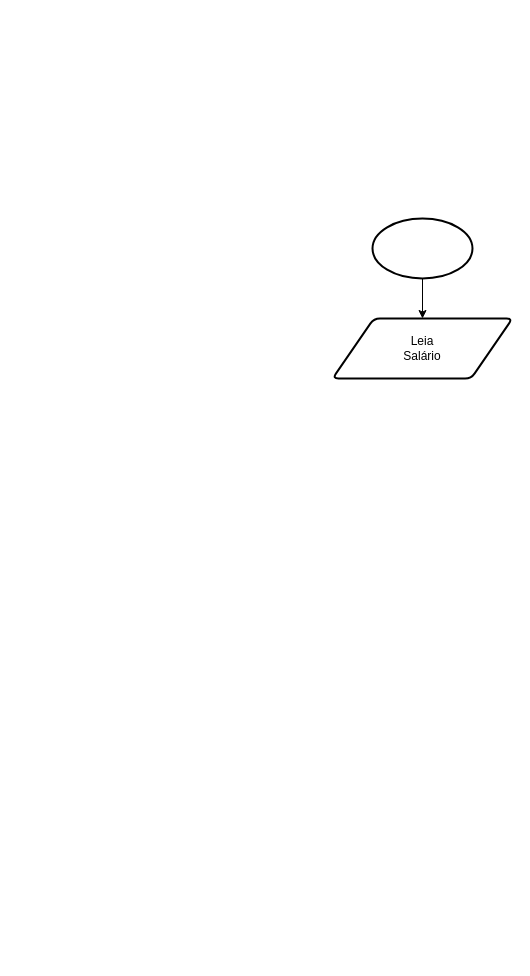
Above: Fluxo_calculo_INSS.drawio in mayliarratia12-tech/PTIC (draw.io), before the change. Source tidied: cells renumbered, new cells numbered last; positions are measured from the earlier drawing's top-left corner, leaving out a move shared by most shapes. Both pictures are drawn from the tidied source at 100%, with x=0, y=0 at pixel (332, 218).
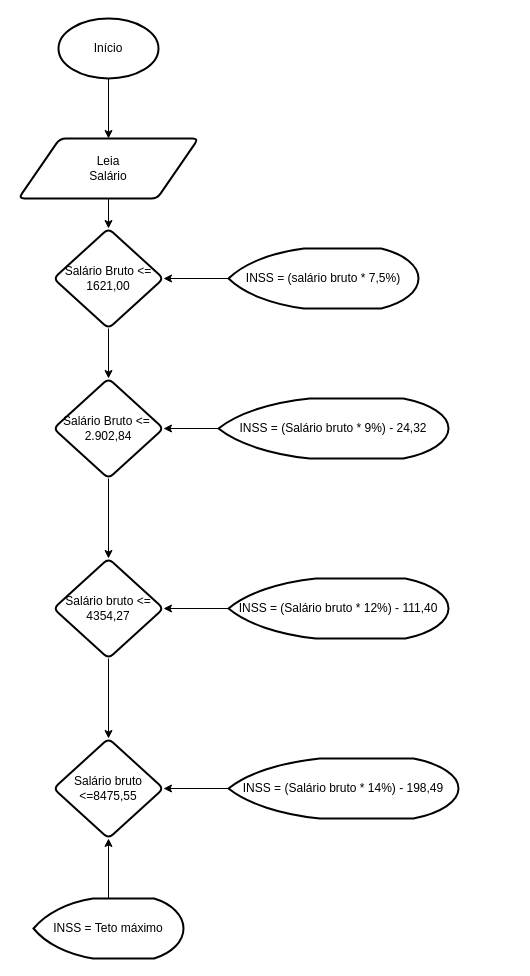
After the change.

Change to the diagram source:
```diff
@@
-    <mxCell id="3" style="strokeWidth=2;html=1;shape=mxgraph.flowchart.start_1;whiteSpace=wrap;" parent="1" vertex="1">
-      <mxGeometry x="40" width="100" height="60" as="geometry" />
+    <mxCell id="3" value="Início" style="strokeWidth=2;html=1;shape=mxgraph.flowchart.start_1;whiteSpace=wrap;" parent="1" vertex="1">
+      <mxGeometry x="-274" y="-200" width="100" height="60" as="geometry" />
     </mxCell>
+    <mxCell id="5" style="edgeStyle=orthogonalEdgeStyle;rounded=0;jettySize=auto;html=1;defaultLabelBackgroundColor=page;" parent="1" edge="1" source="4" target="7">
+      <mxGeometry relative="1" as="geometry" />
+    </mxCell>
     <mxCell id="4" value="Leia&lt;div&gt;Salário&lt;/div&gt;" style="shape=parallelogram;html=1;strokeWidth=2;perimeter=parallelogramPerimeter;whiteSpace=wrap;rounded=1;arcSize=12;size=0.23;" parent="1" vertex="1">
-      <mxGeometry y="100" width="180" height="60" as="geometry" />
+      <mxGeometry x="-314" y="-80" width="180" height="60" as="geometry" />
     </mxCell>
+    <mxCell id="6" style="edgeStyle=orthogonalEdgeStyle;rounded=0;jettySize=auto;html=1;defaultLabelBackgroundColor=page;" parent="1" edge="1" source="7" target="11">
+      <mxGeometry relative="1" as="geometry" />
+    </mxCell>
+    <mxCell id="7" value="Salário Bruto &amp;lt;= 1621,00" style="rhombus;whiteSpace=wrap;html=1;shapeInside=1;strokeWidth=2;rounded=1;arcSize=12;" parent="1" vertex="1">
+      <mxGeometry x="-279" y="10" width="110" height="100" as="geometry" />
+    </mxCell>
+    <mxCell id="8" style="edgeStyle=orthogonalEdgeStyle;rounded=0;jettySize=auto;html=1;defaultLabelBackgroundColor=page;" parent="1" edge="1" source="9" target="7">
+      <mxGeometry relative="1" as="geometry" />
+    </mxCell>
+    <mxCell id="9" value="INSS = (salário bruto * 7,5%)" style="strokeWidth=2;html=1;shape=mxgraph.flowchart.display;whiteSpace=wrap;" parent="1" vertex="1">
+      <mxGeometry x="-104" y="30" width="190" height="60" as="geometry" />
+    </mxCell>
+    <mxCell id="10" style="edgeStyle=orthogonalEdgeStyle;rounded=0;jettySize=auto;html=1;defaultLabelBackgroundColor=page;" parent="1" edge="1" source="11" target="15">
+      <mxGeometry relative="1" as="geometry" />
+    </mxCell>
+    <mxCell id="11" value="Salário Bruto &amp;lt;=&amp;nbsp; 2.902,84" style="rhombus;whiteSpace=wrap;html=1;shapeInside=1;strokeWidth=2;rounded=1;arcSize=12;" parent="1" vertex="1">
+      <mxGeometry x="-279" y="160" width="110" height="100" as="geometry" />
+    </mxCell>
+    <mxCell id="12" style="edgeStyle=orthogonalEdgeStyle;rounded=0;jettySize=auto;html=1;defaultLabelBackgroundColor=page;" parent="1" edge="1" source="13" target="11">
+      <mxGeometry relative="1" as="geometry" />
+    </mxCell>
+    <mxCell id="13" value="INSS = (Salário bruto * 9%) - 24,32" style="strokeWidth=2;html=1;shape=mxgraph.flowchart.display;whiteSpace=wrap;" parent="1" vertex="1">
+      <mxGeometry x="-114" y="180" width="230" height="60" as="geometry" />
+    </mxCell>
+    <mxCell id="14" style="edgeStyle=orthogonalEdgeStyle;rounded=0;jettySize=auto;html=1;defaultLabelBackgroundColor=page;" parent="1" edge="1" source="15" target="16">
+      <mxGeometry relative="1" as="geometry" />
+    </mxCell>
+    <mxCell id="15" value="Salário bruto &amp;lt;= 4354,27" style="rhombus;whiteSpace=wrap;html=1;shapeInside=1;strokeWidth=2;rounded=1;arcSize=12;" parent="1" vertex="1">
+      <mxGeometry x="-279" y="340" width="110" height="100" as="geometry" />
+    </mxCell>
+    <mxCell id="16" value="Salário bruto &amp;lt;=8475,55" style="rhombus;whiteSpace=wrap;html=1;shapeInside=1;strokeWidth=2;rounded=1;arcSize=12;" parent="1" vertex="1">
+      <mxGeometry x="-279" y="520" width="110" height="100" as="geometry" />
+    </mxCell>
+    <mxCell id="17" style="edgeStyle=orthogonalEdgeStyle;rounded=0;jettySize=auto;html=1;defaultLabelBackgroundColor=page;" parent="1" edge="1" source="18" target="15">
+      <mxGeometry relative="1" as="geometry" />
+    </mxCell>
+    <mxCell id="18" value="INSS = (Salário bruto * 12%) - 111,40" style="strokeWidth=2;html=1;shape=mxgraph.flowchart.display;whiteSpace=wrap;" parent="1" vertex="1">
+      <mxGeometry x="-104" y="360" width="220" height="60" as="geometry" />
+    </mxCell>
+    <mxCell id="19" style="edgeStyle=orthogonalEdgeStyle;rounded=0;jettySize=auto;html=1;defaultLabelBackgroundColor=page;" parent="1" edge="1" source="20" target="16">
+      <mxGeometry relative="1" as="geometry" />
+    </mxCell>
+    <mxCell id="20" value="INSS = (Salário bruto * 14%) - 198,49" style="strokeWidth=2;html=1;shape=mxgraph.flowchart.display;whiteSpace=wrap;" parent="1" vertex="1">
+      <mxGeometry x="-104" y="540" width="230" height="60" as="geometry" />
+    </mxCell>
+    <mxCell id="21" style="edgeStyle=orthogonalEdgeStyle;rounded=0;jettySize=auto;html=1;defaultLabelBackgroundColor=page;" parent="1" edge="1" source="22" target="16">
+      <mxGeometry relative="1" as="geometry" />
+    </mxCell>
+    <mxCell id="22" value="INSS = Teto máximo" style="strokeWidth=2;html=1;shape=mxgraph.flowchart.display;whiteSpace=wrap;" parent="1" vertex="1">
+      <mxGeometry x="-299" y="680" width="150" height="60" as="geometry" />
+    </mxCell>
```
